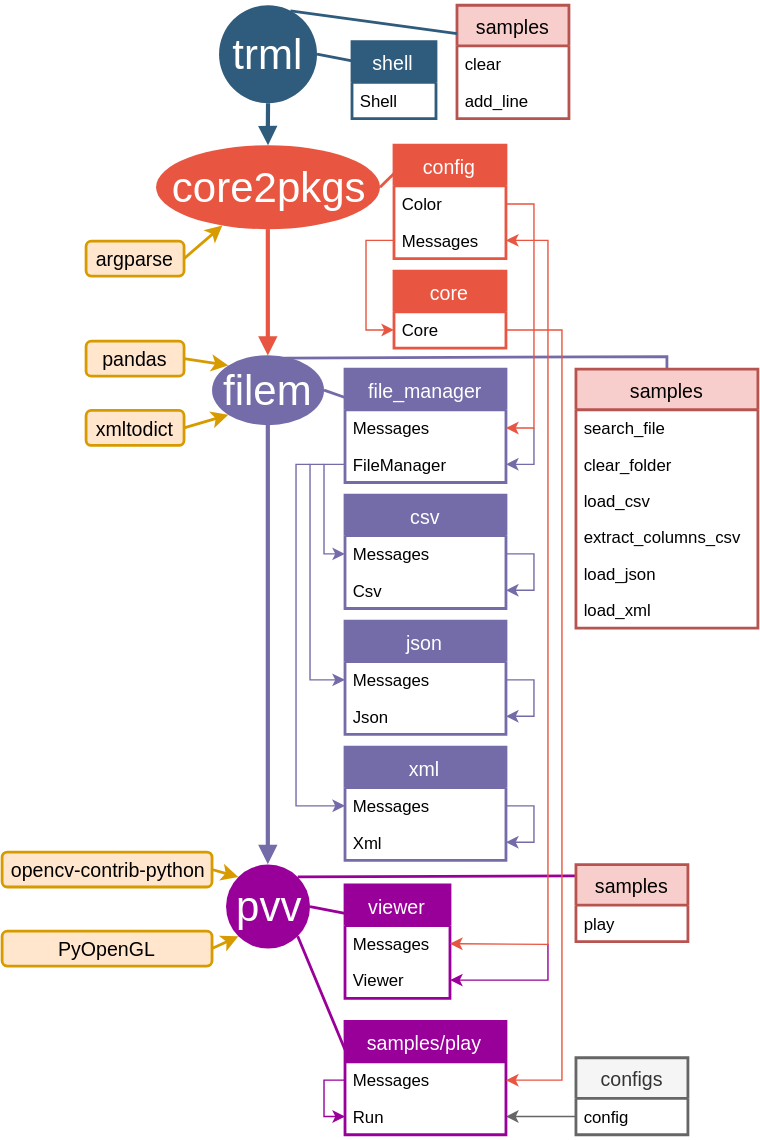
Before: Package_tree.svg, a diagram exported from draw.io (DmitryRyumin/pkgs). Source tidied: cells renumbered, new cells last; positions are measured from the earlier drawing's top-left corner, leaving out a move shared by most shapes.
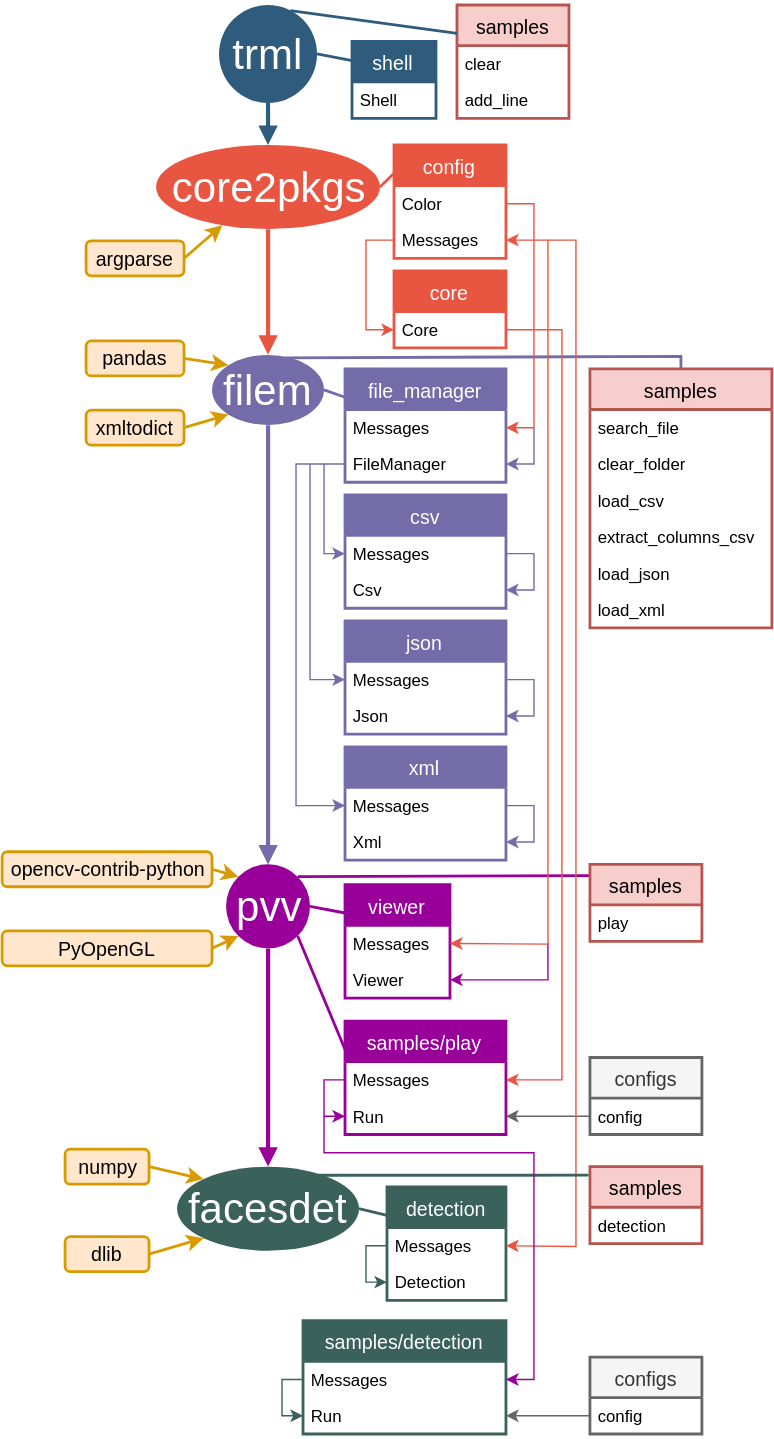
Above is the later version.

Diff of the diagram source:
```diff
@@ -8,7 +8,7 @@
     <mxCell id="3" style="edgeStyle=none;endArrow=none;strokeWidth=2;strokeColor=#736CA8;html=1;entryX=0.5;entryY=0;entryDx=0;entryDy=0;rounded=0;exitX=0.647;exitY=0.043;exitDx=0;exitDy=0;exitPerimeter=0;" parent="1" edge="1" source="23" target="48">
       <mxGeometry x="-624.5" y="-85" as="geometry">
         <Array as="points">
-          <mxPoint x="475" y="251" />
+          <mxPoint x="485" y="251" />
         </Array>
       </mxGeometry>
     </mxCell>
@@ -200,7 +200,7 @@
       </mxGeometry>
     </mxCell>
     <mxCell id="48" value="samples" style="swimlane;fontStyle=0;horizontal=1;startSize=29;fillColor=#f8cecc;swimlaneFillColor=#ffffff;align=center;fontSize=14;rounded=0;shadow=0;strokeWidth=2;spacing=2;spacingTop=0;strokeColor=#B85450;swimlaneLine=1;html=1;overflow=visible;" parent="1" vertex="1">
-      <mxGeometry x="410" y="260" width="130" height="185" as="geometry" />
+      <mxGeometry x="420" y="260" width="130" height="185" as="geometry" />
     </mxCell>
     <mxCell id="49" value="search_file" style="text;spacingLeft=4;spacingRight=4;overflow=hidden;fontSize=12;perimeterSpacing=0;" parent="48" vertex="1">
       <mxGeometry y="29" width="130" height="26" as="geometry" />
@@ -283,13 +283,13 @@
       </mxGeometry>
     </mxCell>
     <mxCell id="70" value="samples" style="swimlane;fontStyle=0;horizontal=1;startSize=29;fillColor=#f8cecc;swimlaneFillColor=#ffffff;align=center;fontSize=14;rounded=0;shadow=0;strokeWidth=2;spacing=2;spacingTop=0;strokeColor=#B85450;swimlaneLine=1;html=1;overflow=visible;" parent="1" vertex="1">
-      <mxGeometry x="410" y="614" width="80" height="55" as="geometry" />
+      <mxGeometry x="420" y="614" width="80" height="55" as="geometry" />
     </mxCell>
     <mxCell id="71" value="play" style="text;spacingLeft=4;spacingRight=4;overflow=hidden;fontSize=12;perimeterSpacing=0;" parent="70" vertex="1">
       <mxGeometry y="29" width="80" height="26" as="geometry" />
     </mxCell>
     <mxCell id="72" value="configs" style="swimlane;fontStyle=0;horizontal=1;startSize=29;fillColor=#f5f5f5;swimlaneFillColor=#ffffff;align=center;fontSize=14;rounded=0;shadow=0;strokeWidth=2;spacing=2;spacingTop=0;strokeColor=#666666;swimlaneLine=1;html=1;overflow=visible;fontColor=#333333;" parent="1" vertex="1">
-      <mxGeometry x="410" y="752" width="80" height="55" as="geometry" />
+      <mxGeometry x="420" y="752" width="80" height="55" as="geometry" />
     </mxCell>
     <mxCell id="73" value="config" style="text;spacingLeft=4;spacingRight=4;overflow=hidden;points=[[0,0.5],[1,0.5]];portConstraint=eastwest;fontSize=12;perimeterSpacing=0;" parent="72" vertex="1">
       <mxGeometry y="29" width="80" height="26" as="geometry" />
@@ -325,5 +325,102 @@
         </Array>
       </mxGeometry>
     </mxCell>
+    <mxCell id="81" value="facesdet" style="ellipse;whiteSpace=wrap;html=1;shadow=0;fontFamily=Helvetica;fontSize=30;fontColor=#FFFFFF;align=center;strokeColor=none;strokeWidth=6;fillColor=#3A615A;fontStyle=0;gradientColor=none;" parent="1" vertex="1">
+      <mxGeometry x="125" y="830" width="130" height="60" as="geometry" />
+    </mxCell>
+    <mxCell id="82" style="rounded=1;jettySize=auto;html=1;startSize=30;endArrow=classic;endFill=1;strokeColor=#D79B00;strokeWidth=2;fontSize=30;fontColor=#000000;exitX=1;exitY=0.5;exitDx=0;exitDy=0;entryX=0;entryY=0;entryDx=0;entryDy=0;" parent="1" edge="1" source="83" target="81">
+      <mxGeometry relative="1" as="geometry" />
+    </mxCell>
+    <mxCell id="83" value="numpy" style="rounded=1;whiteSpace=wrap;html=1;shadow=0;glass=0;comic=0;strokeColor=#d79b00;strokeWidth=2;fillColor=#ffe6cc;fontSize=14;align=center;" parent="1" vertex="1">
+      <mxGeometry x="45" y="817.5" width="60" height="25" as="geometry" />
+    </mxCell>
+    <mxCell id="84" style="rounded=1;jettySize=auto;html=1;startSize=30;endArrow=classic;endFill=1;strokeColor=#D79B00;strokeWidth=2;fontSize=30;fontColor=#000000;exitX=1;exitY=0.5;exitDx=0;exitDy=0;entryX=0;entryY=1;entryDx=0;entryDy=0;" parent="1" edge="1" source="85" target="81">
+      <mxGeometry relative="1" as="geometry" />
+    </mxCell>
+    <mxCell id="85" value="dlib" style="rounded=1;whiteSpace=wrap;html=1;shadow=0;glass=0;comic=0;strokeColor=#d79b00;strokeWidth=2;fillColor=#ffe6cc;fontSize=14;align=center;" parent="1" vertex="1">
+      <mxGeometry x="45" y="880" width="60" height="25" as="geometry" />
+    </mxCell>
+    <mxCell id="86" style="edgeStyle=orthogonalEdgeStyle;rounded=0;jettySize=auto;html=1;startSize=30;strokeColor=#990099;strokeWidth=3;fontSize=30;fontColor=#000000;endArrow=block;endFill=1;exitX=0.5;exitY=1;exitDx=0;exitDy=0;entryX=0.5;entryY=0;entryDx=0;entryDy=0;" parent="1" edge="1" source="58" target="81">
+      <mxGeometry relative="1" as="geometry">
+        <Array as="points">
+          <mxPoint x="190" y="820" />
+          <mxPoint x="190" y="820" />
+        </Array>
+      </mxGeometry>
+    </mxCell>
+    <mxCell id="87" value="detection" style="swimlane;fontStyle=0;horizontal=1;startSize=29;fillColor=#3A615A;swimlaneFillColor=#ffffff;align=center;fontSize=14;rounded=0;shadow=0;strokeWidth=2;fontColor=#FFFFFF;spacing=2;spacingTop=0;strokeColor=#3A615A;swimlaneLine=1;html=1;overflow=visible;" parent="1" vertex="1">
+      <mxGeometry x="275" y="844.5" width="85" height="81" as="geometry" />
+    </mxCell>
+    <mxCell id="88" value="Messages" style="text;spacingLeft=4;spacingRight=4;overflow=hidden;points=[[0,0.5],[1,0.5]];portConstraint=eastwest;fontSize=12;perimeterSpacing=0;" parent="87" vertex="1">
+      <mxGeometry y="29" width="85" height="26" as="geometry" />
+    </mxCell>
+    <mxCell id="89" value="Detection" style="text;spacingLeft=4;spacingRight=4;overflow=hidden;points=[[0,0.5],[1,0.5]];portConstraint=eastwest;fontSize=12;perimeterSpacing=0;" parent="87" vertex="1">
+      <mxGeometry y="55" width="85" height="26" as="geometry" />
+    </mxCell>
+    <mxCell id="90" style="edgeStyle=none;endArrow=classic;strokeWidth=1;strokeColor=#3A615A;html=1;rounded=0;endFill=1;exitX=0;exitY=0.5;exitDx=0;exitDy=0;entryX=0;entryY=0.5;entryDx=0;entryDy=0;" parent="87" edge="1" source="88" target="89">
+      <mxGeometry x="-7094.5" y="-2531" as="geometry">
+        <Array as="points">
+          <mxPoint x="-15" y="42" />
+          <mxPoint x="-15" y="68" />
+        </Array>
+      </mxGeometry>
+    </mxCell>
+    <mxCell id="91" style="edgeStyle=none;endArrow=none;strokeWidth=2;strokeColor=#3A615A;html=1;entryX=1;entryY=0.5;entryDx=0;entryDy=0;exitX=0;exitY=0.25;exitDx=0;exitDy=0;rounded=1;" parent="1" edge="1" source="87" target="81">
+      <mxGeometry x="-579.5" y="19" as="geometry" />
+    </mxCell>
+    <mxCell id="92" style="edgeStyle=none;endArrow=classic;strokeWidth=1;strokeColor=#E85642;html=1;rounded=0;endFill=1;entryX=1;entryY=0.5;entryDx=0;entryDy=0;" parent="1" edge="1" target="88">
+      <mxGeometry x="-3189.5" y="-335" as="geometry">
+        <mxPoint x="390" y="168" as="sourcePoint" />
+        <Array as="points">
+          <mxPoint x="410" y="168" />
+          <mxPoint x="410" y="887" />
+        </Array>
+      </mxGeometry>
+    </mxCell>
+    <mxCell id="93" value="samples" style="swimlane;fontStyle=0;horizontal=1;startSize=29;fillColor=#f8cecc;swimlaneFillColor=#ffffff;align=center;fontSize=14;rounded=0;shadow=0;strokeWidth=2;spacing=2;spacingTop=0;strokeColor=#B85450;swimlaneLine=1;html=1;overflow=visible;" parent="1" vertex="1">
+      <mxGeometry x="420" y="830" width="80" height="55" as="geometry" />
+    </mxCell>
+    <mxCell id="94" value="detection" style="text;spacingLeft=4;spacingRight=4;overflow=hidden;fontSize=12;perimeterSpacing=0;" parent="93" vertex="1">
+      <mxGeometry y="29" width="80" height="26" as="geometry" />
+    </mxCell>
+    <mxCell id="95" style="edgeStyle=none;endArrow=none;strokeWidth=2;strokeColor=#3A615A;html=1;entryX=0.781;entryY=0.102;entryDx=0;entryDy=0;exitX=-0.012;exitY=0.111;exitDx=0;exitDy=0;rounded=1;exitPerimeter=0;entryPerimeter=0;" parent="1" edge="1" source="93" target="81">
+      <mxGeometry x="-569.5" y="29" as="geometry" />
+    </mxCell>
+    <mxCell id="96" value="samples/detection" style="swimlane;fontStyle=0;horizontal=1;startSize=29;fillColor=#3A615A;swimlaneFillColor=#ffffff;align=center;fontSize=14;rounded=0;shadow=0;strokeWidth=2;fontColor=#FFFFFF;spacing=2;spacingTop=0;strokeColor=#3A615A;swimlaneLine=1;html=1;overflow=visible;" parent="1" vertex="1">
+      <mxGeometry x="215" y="940" width="145" height="81" as="geometry" />
+    </mxCell>
+    <mxCell id="97" value="Messages" style="text;spacingLeft=4;spacingRight=4;overflow=hidden;points=[[0,0.5],[1,0.5]];portConstraint=eastwest;fontSize=12;perimeterSpacing=0;" parent="96" vertex="1">
+      <mxGeometry y="29" width="145" height="26" as="geometry" />
+    </mxCell>
+    <mxCell id="98" value="Run" style="text;spacingLeft=4;spacingRight=4;overflow=hidden;points=[[0,0.5],[1,0.5]];portConstraint=eastwest;fontSize=12;perimeterSpacing=0;" parent="96" vertex="1">
+      <mxGeometry y="55" width="145" height="26" as="geometry" />
+    </mxCell>
+    <mxCell id="99" style="edgeStyle=none;endArrow=classic;strokeWidth=1;strokeColor=#3A615A;html=1;rounded=0;endFill=1;exitX=0;exitY=0.5;exitDx=0;exitDy=0;entryX=0;entryY=0.5;entryDx=0;entryDy=0;" parent="96" edge="1" source="97" target="98">
+      <mxGeometry x="-7094.5" y="-2531" as="geometry">
+        <Array as="points">
+          <mxPoint x="-15" y="42" />
+          <mxPoint x="-15" y="68" />
+        </Array>
+      </mxGeometry>
+    </mxCell>
+    <mxCell id="100" value="configs" style="swimlane;fontStyle=0;horizontal=1;startSize=29;fillColor=#f5f5f5;swimlaneFillColor=#ffffff;align=center;fontSize=14;rounded=0;shadow=0;strokeWidth=2;spacing=2;spacingTop=0;strokeColor=#666666;swimlaneLine=1;html=1;overflow=visible;fontColor=#333333;" parent="1" vertex="1">
+      <mxGeometry x="420" y="966" width="80" height="55" as="geometry" />
+    </mxCell>
+    <mxCell id="101" value="config" style="text;spacingLeft=4;spacingRight=4;overflow=hidden;points=[[0,0.5],[1,0.5]];portConstraint=eastwest;fontSize=12;perimeterSpacing=0;" parent="100" vertex="1">
+      <mxGeometry y="29" width="80" height="26" as="geometry" />
+    </mxCell>
+    <mxCell id="102" style="edgeStyle=none;endArrow=classic;strokeWidth=1;strokeColor=#666666;html=1;rounded=0;endFill=1;exitX=0;exitY=0.5;exitDx=0;exitDy=0;entryX=1;entryY=0.5;entryDx=0;entryDy=0;" parent="1" edge="1" source="101" target="98">
+      <mxGeometry x="-4414.5" y="-757" as="geometry" />
+    </mxCell>
+    <mxCell id="103" style="edgeStyle=none;endArrow=classic;strokeWidth=1;strokeColor=#990099;html=1;entryX=1;entryY=0.5;entryDx=0;entryDy=0;rounded=0;endFill=1;" parent="1" edge="1" target="97">
+      <mxGeometry x="-4494.5" y="-975" as="geometry">
+        <mxPoint x="230" y="794" as="sourcePoint" />
+        <Array as="points">
+          <mxPoint x="230" y="820" />
+          <mxPoint x="380" y="820" />
+          <mxPoint x="380" y="982" />
+        </Array>
+      </mxGeometry>
+    </mxCell>
   </root>
 </mxGraphModel>
```
